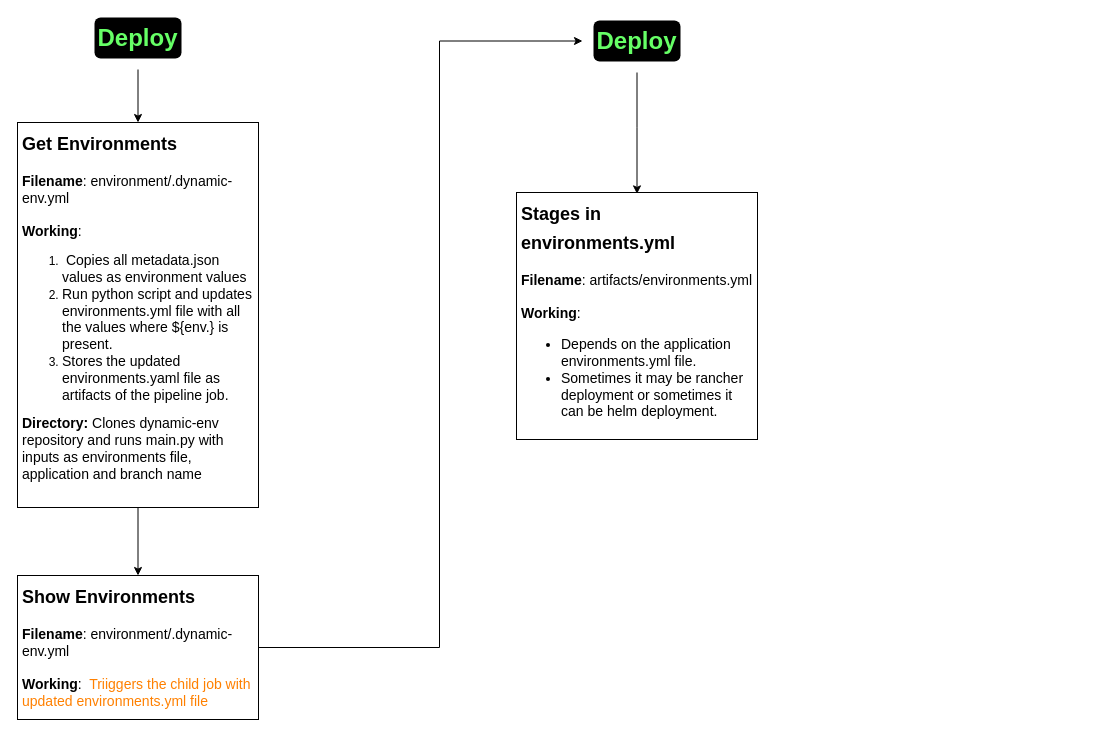
Above: DeployCI.drawio in vishnu-chegondi/draw-repo (draw.io), before the change. Source tidied: cells renumbered, new cells numbered last; positions are measured from the earlier drawing's top-left corner, leaving out a move shared by most shapes. Both pictures are drawn from the tidied source at 100%, with x=0, y=0 at pixel (17, 17).
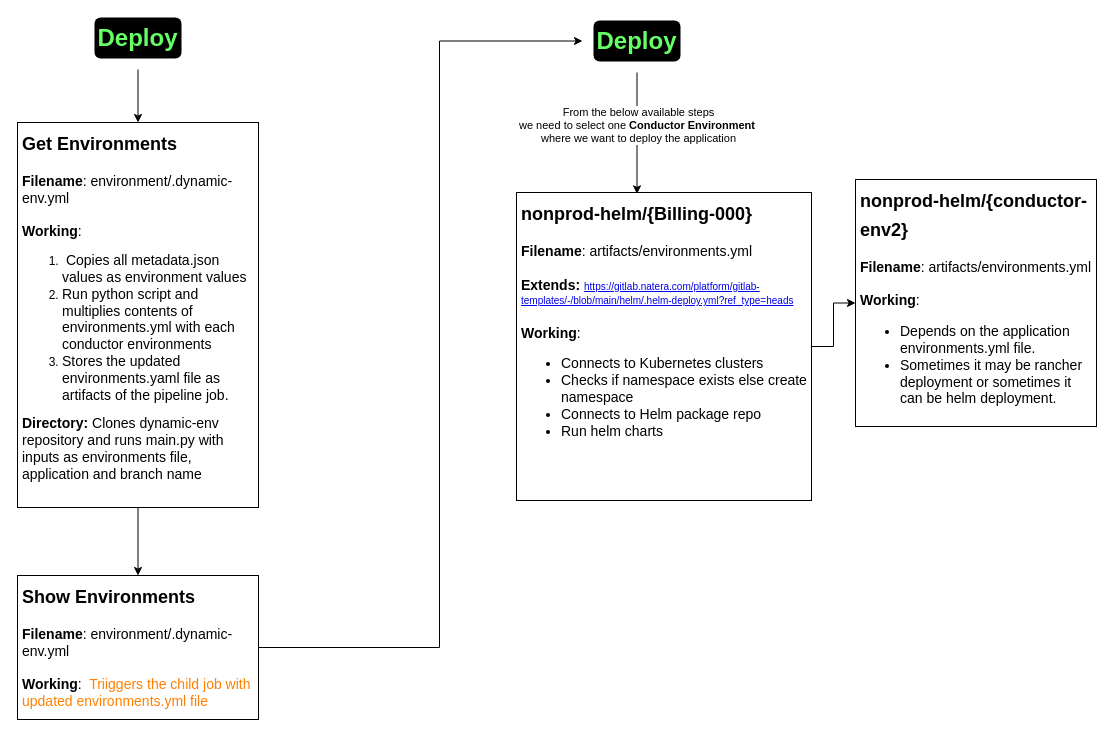
After the change.

Diff of the diagram source:
```diff
@@
 <mxGraphModel>
   <root>
     <mxCell id="0" />
     <mxCell id="1" parent="0" />
     <mxCell id="2" style="edgeStyle=orthogonalEdgeStyle;rounded=0;jettySize=auto;html=1;" parent="1" edge="1" source="3" target="5">
       <mxGeometry relative="1" as="geometry" />
     </mxCell>
     <mxCell id="3" value="&lt;font color=&quot;#66ff66&quot; style=&quot;font-size: 24px;&quot;&gt;&lt;b style=&quot;background-color: rgb(0, 0, 0);&quot;&gt;Deploy&lt;/b&gt;&lt;/font&gt;" style="text;html=1;strokeColor=none;fillColor=#000000;align=center;verticalAlign=middle;whiteSpace=wrap;rounded=1;perimeterSpacing=11;shadow=0;strokeWidth=1;dashed=1;" parent="1" vertex="1">
       <mxGeometry x="77" width="87" height="41" as="geometry" />
     </mxCell>
     <mxCell id="4" style="edgeStyle=orthogonalEdgeStyle;rounded=0;jettySize=auto;html=1;entryX=0.5;entryY=0;entryDx=0;entryDy=0;" parent="1" edge="1" source="5" target="7">
       <mxGeometry relative="1" as="geometry" />
     </mxCell>
-    <mxCell id="5" value="&lt;h1&gt;&lt;span style=&quot;font-size: 18px;&quot;&gt;Get Environments&lt;/span&gt;&lt;/h1&gt;&lt;div&gt;&lt;font style=&quot;font-size: 14px;&quot;&gt;&lt;b&gt;Filename&lt;/b&gt;: environment/.dynamic-env.yml&lt;/font&gt;&lt;/div&gt;&lt;div&gt;&lt;b style=&quot;font-size: 14px; background-color: initial;&quot;&gt;&lt;br&gt;&lt;/b&gt;&lt;/div&gt;&lt;div&gt;&lt;b style=&quot;font-size: 14px; background-color: initial;&quot;&gt;Working&lt;/b&gt;&lt;span style=&quot;font-size: 14px; background-color: initial;&quot;&gt;:&lt;/span&gt;&lt;/div&gt;&lt;div&gt;&lt;ol&gt;&lt;li&gt;&lt;font style=&quot;font-size: 14px;&quot;&gt;&amp;nbsp;Copies all metadata.json values as environment values&lt;/font&gt;&lt;/li&gt;&lt;li&gt;&lt;font style=&quot;font-size: 14px;&quot;&gt;Run python script and updates environments.yml file with all the values where ${env.} is present.&lt;/font&gt;&lt;/li&gt;&lt;li&gt;&lt;font style=&quot;font-size: 14px;&quot;&gt;Stores the updated environments.yaml file as artifacts of the pipeline job.&lt;/font&gt;&lt;/li&gt;&lt;/ol&gt;&lt;/div&gt;&lt;div&gt;&lt;font style=&quot;font-size: 14px;&quot;&gt;&lt;b&gt;Directory: &lt;/b&gt;Clones dynamic-env repository and runs main.py with inputs as environments file, application and branch name&lt;br&gt;&lt;br&gt;&lt;br&gt;&lt;/font&gt;&lt;/div&gt;" style="text;html=1;strokeColor=default;fillColor=none;spacing=5;spacingTop=-20;whiteSpace=wrap;overflow=hidden;rounded=0;" parent="1" vertex="1">
+    <mxCell id="5" value="&lt;h1&gt;&lt;span style=&quot;font-size: 18px;&quot;&gt;Get Environments&lt;/span&gt;&lt;/h1&gt;&lt;div&gt;&lt;font style=&quot;font-size: 14px;&quot;&gt;&lt;b&gt;Filename&lt;/b&gt;: environment/.dynamic-env.yml&lt;/font&gt;&lt;/div&gt;&lt;div&gt;&lt;b style=&quot;font-size: 14px; background-color: initial;&quot;&gt;&lt;br&gt;&lt;/b&gt;&lt;/div&gt;&lt;div&gt;&lt;b style=&quot;font-size: 14px; background-color: initial;&quot;&gt;Working&lt;/b&gt;&lt;span style=&quot;font-size: 14px; background-color: initial;&quot;&gt;:&lt;/span&gt;&lt;/div&gt;&lt;div&gt;&lt;ol&gt;&lt;li&gt;&lt;font style=&quot;font-size: 14px;&quot;&gt;&amp;nbsp;Copies all metadata.json values as environment values&lt;/font&gt;&lt;/li&gt;&lt;li&gt;&lt;span style=&quot;font-size: 14px;&quot;&gt;Run python script and multiplies contents of environments.yml with each conductor environments&lt;/span&gt;&lt;/li&gt;&lt;li&gt;&lt;font style=&quot;font-size: 14px;&quot;&gt;Stores the updated environments.yaml file as artifacts of the pipeline job.&lt;/font&gt;&lt;/li&gt;&lt;/ol&gt;&lt;/div&gt;&lt;div&gt;&lt;font style=&quot;font-size: 14px;&quot;&gt;&lt;b&gt;Directory: &lt;/b&gt;Clones dynamic-env repository and runs main.py with inputs as environments file, application and branch name&lt;br&gt;&lt;br&gt;&lt;br&gt;&lt;/font&gt;&lt;/div&gt;" style="text;html=1;strokeColor=default;fillColor=none;spacing=5;spacingTop=-20;whiteSpace=wrap;overflow=hidden;rounded=0;" parent="1" vertex="1">
       <mxGeometry y="105" width="241" height="385" as="geometry" />
     </mxCell>
     <mxCell id="6" style="edgeStyle=orthogonalEdgeStyle;rounded=0;jettySize=auto;html=1;entryX=0;entryY=0.5;entryDx=0;entryDy=0;" parent="1" edge="1" source="7" target="9">
       <mxGeometry relative="1" as="geometry">
         <Array as="points">
           <mxPoint x="422" y="630" />
           <mxPoint x="422" y="24" />
         </Array>
       </mxGeometry>
     </mxCell>
     <mxCell id="7" value="&lt;h1&gt;&lt;span style=&quot;font-size: 18px;&quot;&gt;Show Environments&lt;/span&gt;&lt;/h1&gt;&lt;div&gt;&lt;font style=&quot;font-size: 14px;&quot;&gt;&lt;b&gt;Filename&lt;/b&gt;: environment/.dynamic-env.yml&lt;/font&gt;&lt;/div&gt;&lt;div&gt;&lt;font style=&quot;font-size: 14px;&quot;&gt;&lt;br&gt;&lt;/font&gt;&lt;/div&gt;&lt;div&gt;&lt;font style=&quot;font-size: 14px;&quot;&gt;&lt;b&gt;Working&lt;/b&gt;:&amp;nbsp; &lt;font color=&quot;#ff8000&quot;&gt;Triiggers the child job with updated environments.yml file&amp;nbsp;&lt;/font&gt;&lt;/font&gt;&lt;/div&gt;&lt;div&gt;&lt;font style=&quot;font-size: 14px;&quot;&gt;&lt;br&gt;&lt;/font&gt;&lt;/div&gt;&lt;div&gt;&lt;br&gt;&lt;/div&gt;&lt;div&gt;&lt;font style=&quot;font-size: 14px;&quot;&gt;&lt;br&gt;&lt;/font&gt;&lt;/div&gt;" style="text;html=1;strokeColor=default;fillColor=none;spacing=5;spacingTop=-20;whiteSpace=wrap;overflow=hidden;rounded=0;" parent="1" vertex="1">
       <mxGeometry y="558" width="241" height="144" as="geometry" />
     </mxCell>
     <mxCell id="8" style="edgeStyle=orthogonalEdgeStyle;rounded=0;jettySize=auto;html=1;" parent="1" edge="1" source="9">
       <mxGeometry relative="1" as="geometry">
         <mxPoint x="619.5" y="176.4" as="targetPoint" />
       </mxGeometry>
     </mxCell>
+    <mxCell id="11" value="From the below available steps&lt;br&gt;we need to select one &lt;b&gt;Conductor Environment&amp;nbsp;&lt;/b&gt;&lt;br&gt;where we want to deploy the application" style="edgeLabel;html=1;align=center;verticalAlign=middle;" parent="8" vertex="1">
+      <mxGeometry x="-0.09" relative="1" as="geometry">
+        <mxPoint x="1" y="-3" as="offset" />
+      </mxGeometry>
+    </mxCell>
     <mxCell id="9" value="&lt;font color=&quot;#66ff66&quot; style=&quot;font-size: 24px;&quot;&gt;&lt;b style=&quot;background-color: rgb(0, 0, 0);&quot;&gt;Deploy&lt;/b&gt;&lt;/font&gt;" style="text;html=1;strokeColor=none;fillColor=#000000;align=center;verticalAlign=middle;whiteSpace=wrap;rounded=1;perimeterSpacing=11;shadow=0;strokeWidth=1;dashed=1;" parent="1" vertex="1">
       <mxGeometry x="576" y="3" width="87" height="41" as="geometry" />
     </mxCell>
+    <mxCell id="12" style="edgeStyle=orthogonalEdgeStyle;rounded=0;jettySize=auto;html=1;" parent="1" edge="1" source="10" target="13">
+      <mxGeometry relative="1" as="geometry" />
+    </mxCell>
-    <mxCell id="10" value="&lt;h1&gt;&lt;span style=&quot;font-size: 18px;&quot;&gt;Stages in environments.yml&lt;/span&gt;&lt;/h1&gt;&lt;div&gt;&lt;font style=&quot;font-size: 14px;&quot;&gt;&lt;b&gt;Filename&lt;/b&gt;: artifacts/environments.yml&lt;/font&gt;&lt;/div&gt;&lt;div&gt;&lt;font style=&quot;font-size: 14px;&quot;&gt;&lt;b&gt;&lt;br&gt;&lt;/b&gt;&lt;/font&gt;&lt;/div&gt;&lt;div&gt;&lt;font style=&quot;font-size: 14px;&quot;&gt;&lt;b&gt;Working&lt;/b&gt;:&amp;nbsp; &lt;br&gt;&lt;ul&gt;&lt;li&gt;&lt;font style=&quot;font-size: 14px;&quot;&gt;Depends on the application environments.yml file.&lt;br&gt;&lt;/font&gt;&lt;/li&gt;&lt;li&gt;&lt;font style=&quot;font-size: 14px;&quot;&gt;Sometimes it may be rancher deployment or sometimes it can be helm deployment.&lt;/font&gt;&lt;/li&gt;&lt;/ul&gt;&lt;br&gt;&lt;/font&gt;&lt;/div&gt;" style="text;html=1;strokeColor=default;fillColor=none;spacing=5;spacingTop=-20;whiteSpace=wrap;overflow=hidden;rounded=0;" parent="1" vertex="1">
-      <mxGeometry x="499" y="175" width="241" height="247" as="geometry" />
+    <mxCell id="10" value="&lt;h1&gt;&lt;span style=&quot;font-size: 18px;&quot;&gt;nonprod-helm/{Billing-000}&lt;/span&gt;&lt;/h1&gt;&lt;div&gt;&lt;font style=&quot;font-size: 14px;&quot;&gt;&lt;b&gt;Filename&lt;/b&gt;: artifacts/environments.yml&lt;/font&gt;&lt;/div&gt;&lt;div&gt;&lt;font style=&quot;font-size: 14px;&quot;&gt;&lt;br&gt;&lt;/font&gt;&lt;/div&gt;&lt;div&gt;&lt;font style=&quot;&quot;&gt;&lt;b style=&quot;font-size: 14px;&quot;&gt;Extends:&lt;/b&gt;&lt;span style=&quot;font-size: 14px;&quot;&gt;&amp;nbsp;&lt;/span&gt;&lt;a style=&quot;border-color: var(--border-color);&quot; href=&quot;https://gitlab.natera.com/platform/gitlab-templates/-/blob/main/helm/.helm-deploy.yml?ref_type=heads&quot;&gt;&lt;font style=&quot;font-size: 10px;&quot;&gt;https://gitlab.natera.com/platform/gitlab-templates/-/blob/main/helm/.helm-deploy.yml?ref_type=heads&lt;/font&gt;&lt;/a&gt;&lt;br&gt;&lt;/font&gt;&lt;/div&gt;&lt;div&gt;&lt;font style=&quot;font-size: 14px;&quot;&gt;&lt;b&gt;&lt;br&gt;&lt;/b&gt;&lt;/font&gt;&lt;/div&gt;&lt;div&gt;&lt;font style=&quot;font-size: 14px;&quot;&gt;&lt;b&gt;Working&lt;/b&gt;:&amp;nbsp; &lt;br&gt;&lt;ul&gt;&lt;li&gt;Connects to Kubernetes clusters&lt;br&gt;&lt;/li&gt;&lt;li&gt;Checks if namespace exists else create namespace&lt;br&gt;&lt;/li&gt;&lt;li&gt;Connects to Helm package repo&lt;/li&gt;&lt;li&gt;Run helm charts&lt;/li&gt;&lt;/ul&gt;&lt;br&gt;&lt;/font&gt;&lt;/div&gt;" style="text;html=1;strokeColor=default;fillColor=none;spacing=5;spacingTop=-20;whiteSpace=wrap;overflow=hidden;rounded=0;" parent="1" vertex="1">
+      <mxGeometry x="499" y="175" width="295" height="308" as="geometry" />
     </mxCell>
+    <mxCell id="13" value="&lt;h1&gt;&lt;span style=&quot;font-size: 18px;&quot;&gt;nonprod-helm/{conductor-env2}&lt;/span&gt;&lt;/h1&gt;&lt;div&gt;&lt;font style=&quot;font-size: 14px;&quot;&gt;&lt;b&gt;Filename&lt;/b&gt;: artifacts/environments.yml&lt;/font&gt;&lt;/div&gt;&lt;div&gt;&lt;font style=&quot;font-size: 14px;&quot;&gt;&lt;b&gt;&lt;br&gt;&lt;/b&gt;&lt;/font&gt;&lt;/div&gt;&lt;div&gt;&lt;font style=&quot;font-size: 14px;&quot;&gt;&lt;b&gt;Working&lt;/b&gt;:&amp;nbsp; &lt;br&gt;&lt;ul&gt;&lt;li&gt;&lt;font style=&quot;font-size: 14px;&quot;&gt;Depends on the application environments.yml file.&lt;br&gt;&lt;/font&gt;&lt;/li&gt;&lt;li&gt;&lt;font style=&quot;font-size: 14px;&quot;&gt;Sometimes it may be rancher deployment or sometimes it can be helm deployment.&lt;/font&gt;&lt;/li&gt;&lt;/ul&gt;&lt;br&gt;&lt;/font&gt;&lt;/div&gt;" style="text;html=1;strokeColor=default;fillColor=none;spacing=5;spacingTop=-20;whiteSpace=wrap;overflow=hidden;rounded=0;" parent="1" vertex="1">
+      <mxGeometry x="838" y="162" width="241" height="247" as="geometry" />
+    </mxCell>
   </root>
 </mxGraphModel>
```
